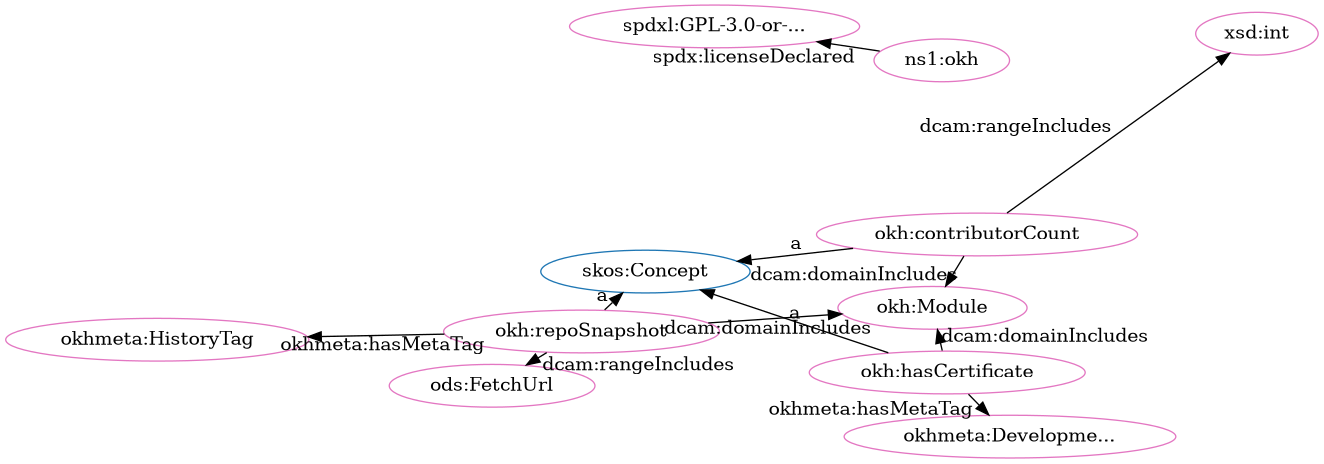
The Graphviz diagram src/spec/dot_okh_proposed-clean.png in iop-alliance/OpenKnowHow, before a commit. Its source is kept beside it as src/spec/dot_okh_proposed-clean.dot.
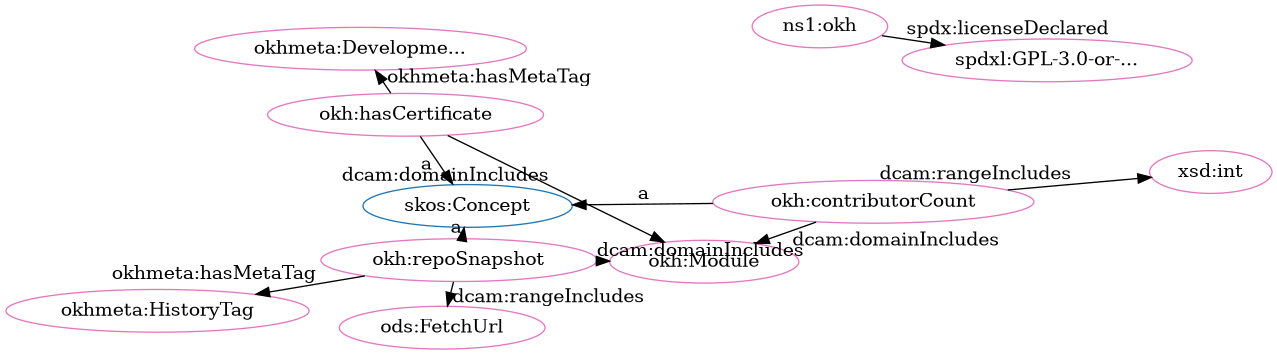
After the commit.

What changed in the source:
```diff
@@ -2,25 +2,25 @@
   rankdir=BT
   node[height=.3]
 "http://www.w3.org/2004/02/skos/core#Concept" [fillcolor="#1f77b4" color="#1f77b4" label="skos:Concept"]
+"http://w3id.org/oseg/ont/okh#Module" [fillcolor="#e377c2" color="#e377c2" label="okh:Module"]
+"http://w3id.org/oseg/ont/okh" [fillcolor="#e377c2" color="#e377c2" label="ns1:okh"]
+"http://w3id.org/oseg/ont/okh#repoSnapshot" [fillcolor="#e377c2" color="#e377c2" label="okh:repoSnapshot"]
 "http://w3id.org/oseg/ont/okh#hasCertificate" [fillcolor="#e377c2" color="#e377c2" label="okh:hasCertificate"]
-"http://w3id.org/oseg/ont/okh#Module" [fillcolor="#e377c2" color="#e377c2" label="okh:Module"]
+"http://w3id.org/oseg/ont/ods#FetchUrl" [fillcolor="#e377c2" color="#e377c2" label="ods:FetchUrl"]
+"http://w3id.org/oseg/ont/okh#contributorCount" [fillcolor="#e377c2" color="#e377c2" label="okh:contributorCount"]
 "http://spdx.org/licenses/GPL-3.0-or-later" [fillcolor="#e377c2" color="#e377c2" label="spdxl:GPL-3.0-or-..."]
-"http://w3id.org/oseg/ont/okh" [fillcolor="#e377c2" color="#e377c2" label="ns1:okh"]
-"http://w3id.org/oseg/ont/okh#contributorCount" [fillcolor="#e377c2" color="#e377c2" label="okh:contributorCount"]
-"http://w3id.org/oseg/ont/okh#repoSnapshot" [fillcolor="#e377c2" color="#e377c2" label="okh:repoSnapshot"]
+"http://w3id.org/oseg/ont/okhmeta#DevelopmentTag" [fillcolor="#e377c2" color="#e377c2" label="okhmeta:Developme..."]
+"http://www.w3.org/2001/XMLSchema#int" [fillcolor="#e377c2" color="#e377c2" label="xsd:int"]
 "http://w3id.org/oseg/ont/okhmeta#HistoryTag" [fillcolor="#e377c2" color="#e377c2" label="okhmeta:HistoryTag"]
-"http://w3id.org/oseg/ont/ods#FetchUrl" [fillcolor="#e377c2" color="#e377c2" label="ods:FetchUrl"]
-"http://www.w3.org/2001/XMLSchema#int" [fillcolor="#e377c2" color="#e377c2" label="xsd:int"]
-"http://w3id.org/oseg/ont/okhmeta#DevelopmentTag" [fillcolor="#e377c2" color="#e377c2" label="okhmeta:Developme..."]
+  "http://w3id.org/oseg/ont/okh#repoSnapshot" -> "http://w3id.org/oseg/ont/okh#Module" [label="dcam:domainIncludes"]
   "http://w3id.org/oseg/ont/okh#hasCertificate" -> "http://www.w3.org/2004/02/skos/core#Concept" [label="a"]
-  "http://w3id.org/oseg/ont/okh#contributorCount" -> "http://w3id.org/oseg/ont/okh#Module" [label="dcam:domainIncludes"]
-  "http://w3id.org/oseg/ont/okh#repoSnapshot" -> "http://w3id.org/oseg/ont/okh#Module" [label="dcam:domainIncludes"]
-  "http://w3id.org/oseg/ont/okh" -> "http://spdx.org/licenses/GPL-3.0-or-later" [label="spdx:licenseDeclared"]
-  "http://w3id.org/oseg/ont/okh#repoSnapshot" -> "http://w3id.org/oseg/ont/okhmeta#HistoryTag" [label="okhmeta:hasMetaTag"]
-  "http://w3id.org/oseg/ont/okh#repoSnapshot" -> "http://www.w3.org/2004/02/skos/core#Concept" [label="a"]
   "http://w3id.org/oseg/ont/okh#contributorCount" -> "http://www.w3.org/2004/02/skos/core#Concept" [label="a"]
+  "http://w3id.org/oseg/ont/okh#hasCertificate" -> "http://w3id.org/oseg/ont/okhmeta#DevelopmentTag" [label="okhmeta:hasMetaTag"]
   "http://w3id.org/oseg/ont/okh#hasCertificate" -> "http://w3id.org/oseg/ont/okh#Module" [label="dcam:domainIncludes"]
   "http://w3id.org/oseg/ont/okh#repoSnapshot" -> "http://w3id.org/oseg/ont/ods#FetchUrl" [label="dcam:rangeIncludes"]
+  "http://w3id.org/oseg/ont/okh#repoSnapshot" -> "http://www.w3.org/2004/02/skos/core#Concept" [label="a"]
+  "http://w3id.org/oseg/ont/okh" -> "http://spdx.org/licenses/GPL-3.0-or-later" [label="spdx:licenseDeclared"]
   "http://w3id.org/oseg/ont/okh#contributorCount" -> "http://www.w3.org/2001/XMLSchema#int" [label="dcam:rangeIncludes"]
-  "http://w3id.org/oseg/ont/okh#hasCertificate" -> "http://w3id.org/oseg/ont/okhmeta#DevelopmentTag" [label="okhmeta:hasMetaTag"]
+  "http://w3id.org/oseg/ont/okh#contributorCount" -> "http://w3id.org/oseg/ont/okh#Module" [label="dcam:domainIncludes"]
+  "http://w3id.org/oseg/ont/okh#repoSnapshot" -> "http://w3id.org/oseg/ont/okhmeta#HistoryTag" [label="okhmeta:hasMetaTag"]
 }
```
